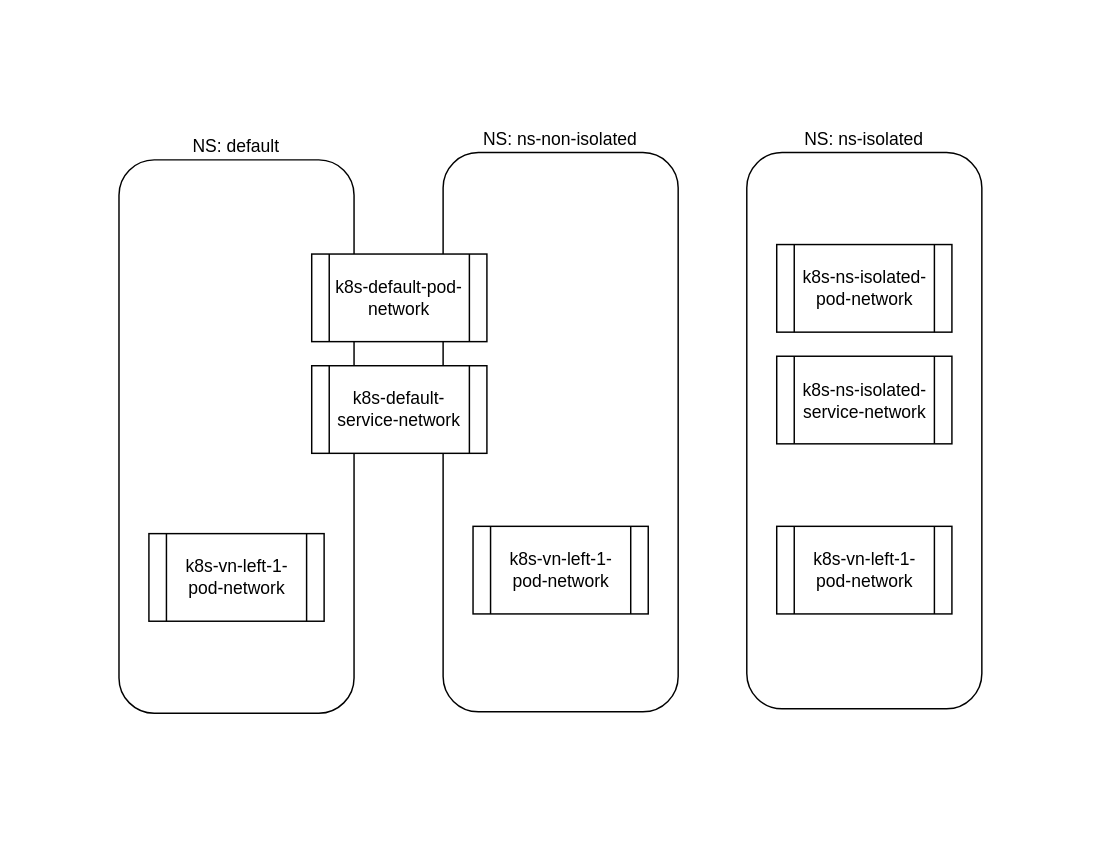
Before: diagrams/drawio/ns-isloation.drawio in pinggit/kubernetes-contrail-day-one, a draw.io diagram. Source tidied: cells renumbered, new cells numbered last; positions are measured from the earlier drawing's top-left corner, leaving out a move shared by most shapes. Both pictures are drawn from the tidied source at 146%, with x=0, y=0 at pixel (118, 152).
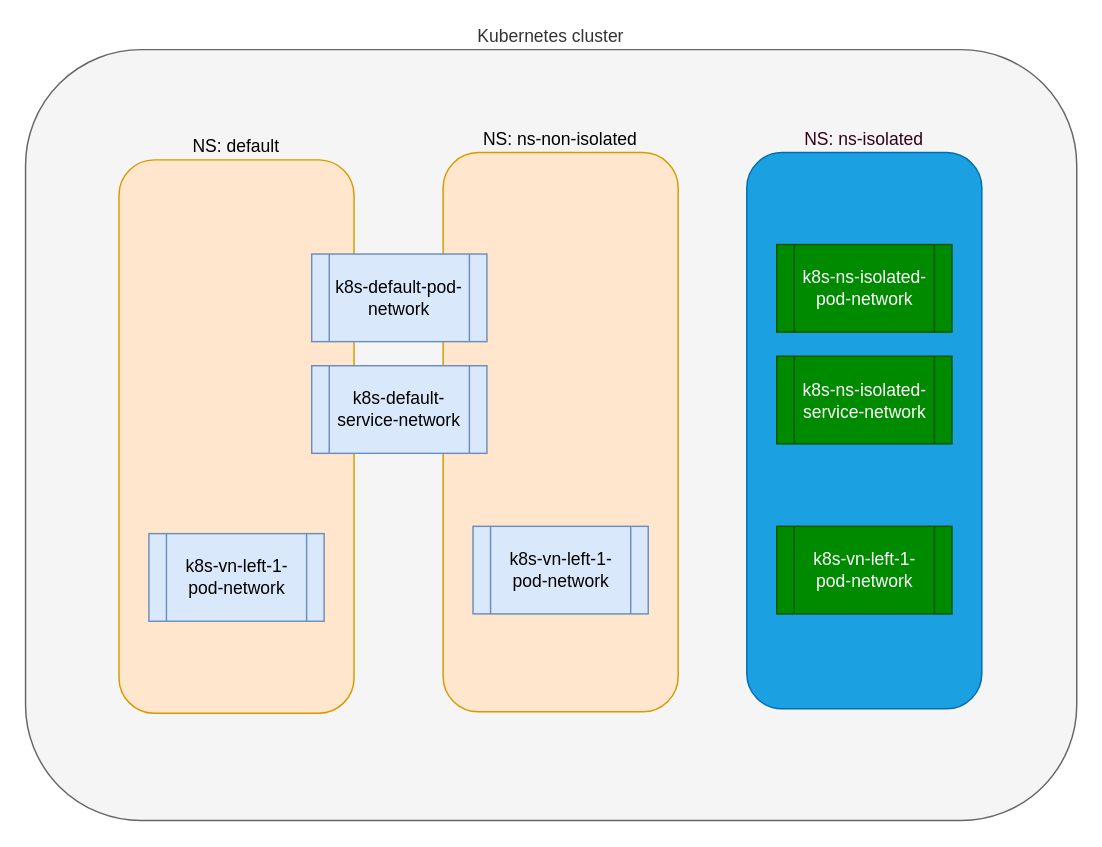
The same diagram, later.

Change to the diagram source:
```diff
@@
 <mxGraphModel>
   <root>
     <mxCell id="0" />
     <mxCell id="1" parent="0" />
+    <mxCell id="12" value="Kubernetes cluster" style="rounded=1;whiteSpace=wrap;html=1;fillColor=#f5f5f5;strokeColor=#666666;fontColor=#333333;labelPosition=center;verticalLabelPosition=top;align=center;verticalAlign=bottom;" parent="1" vertex="1">
+      <mxGeometry x="-64" y="-70.5" width="720" height="528" as="geometry" />
+    </mxCell>
-    <mxCell id="2" value="NS: default" style="rounded=1;whiteSpace=wrap;html=1;labelPosition=center;verticalLabelPosition=top;align=center;verticalAlign=bottom;" parent="1" vertex="1">
+    <mxCell id="2" value="NS: default" style="rounded=1;whiteSpace=wrap;html=1;labelPosition=center;verticalLabelPosition=top;align=center;verticalAlign=bottom;fillColor=#ffe6cc;strokeColor=#d79b00;" parent="1" vertex="1">
       <mxGeometry y="5" width="161" height="379" as="geometry" />
     </mxCell>
-    <mxCell id="3" value="k8s-vn-left-1-pod-network" style="shape=process;whiteSpace=wrap;html=1;backgroundOutline=1;" parent="1" vertex="1">
+    <mxCell id="3" value="k8s-vn-left-1-pod-network" style="shape=process;whiteSpace=wrap;html=1;backgroundOutline=1;fillColor=#dae8fc;strokeColor=#6c8ebf;" parent="1" vertex="1">
       <mxGeometry x="20.5" y="261" width="120" height="60" as="geometry" />
     </mxCell>
-    <mxCell id="4" value="NS: ns-non-isolated" style="rounded=1;whiteSpace=wrap;html=1;labelPosition=center;verticalLabelPosition=top;align=center;verticalAlign=bottom;" parent="1" vertex="1">
+    <mxCell id="4" value="NS: ns-non-isolated" style="rounded=1;whiteSpace=wrap;html=1;labelPosition=center;verticalLabelPosition=top;align=center;verticalAlign=bottom;fillColor=#ffe6cc;strokeColor=#d79b00;" parent="1" vertex="1">
       <mxGeometry x="222" width="161" height="383" as="geometry" />
     </mxCell>
-    <mxCell id="5" value="k8s-vn-left-1-pod-network" style="shape=process;whiteSpace=wrap;html=1;backgroundOutline=1;" parent="1" vertex="1">
+    <mxCell id="5" value="k8s-vn-left-1-pod-network" style="shape=process;whiteSpace=wrap;html=1;backgroundOutline=1;fillColor=#dae8fc;strokeColor=#6c8ebf;" parent="1" vertex="1">
       <mxGeometry x="242.5" y="256" width="120" height="60" as="geometry" />
     </mxCell>
-    <mxCell id="6" value="k8s-default-pod-network" style="shape=process;whiteSpace=wrap;html=1;backgroundOutline=1;" parent="1" vertex="1">
+    <mxCell id="6" value="k8s-default-pod-network" style="shape=process;whiteSpace=wrap;html=1;backgroundOutline=1;fillColor=#dae8fc;strokeColor=#6c8ebf;" parent="1" vertex="1">
       <mxGeometry x="132" y="69.5" width="120" height="60" as="geometry" />
     </mxCell>
-    <mxCell id="7" value="k8s-default-service-network" style="shape=process;whiteSpace=wrap;html=1;backgroundOutline=1;" parent="1" vertex="1">
+    <mxCell id="7" value="k8s-default-service-network" style="shape=process;whiteSpace=wrap;html=1;backgroundOutline=1;fillColor=#dae8fc;strokeColor=#6c8ebf;" parent="1" vertex="1">
       <mxGeometry x="132" y="146" width="120" height="60" as="geometry" />
     </mxCell>
-    <mxCell id="8" value="NS: ns-isolated" style="rounded=1;whiteSpace=wrap;html=1;labelPosition=center;verticalLabelPosition=top;align=center;verticalAlign=bottom;" parent="1" vertex="1">
+    <mxCell id="8" value="&lt;font color=&quot;#33001a&quot;&gt;NS: ns-isolated&lt;/font&gt;" style="rounded=1;whiteSpace=wrap;html=1;labelPosition=center;verticalLabelPosition=top;align=center;verticalAlign=bottom;fillColor=#1ba1e2;strokeColor=#006EAF;fontColor=#ffffff;" parent="1" vertex="1">
       <mxGeometry x="430" width="161" height="381" as="geometry" />
     </mxCell>
-    <mxCell id="9" value="k8s-ns-isolated-pod-network" style="shape=process;whiteSpace=wrap;html=1;backgroundOutline=1;" parent="1" vertex="1">
+    <mxCell id="9" value="k8s-ns-isolated-pod-network" style="shape=process;whiteSpace=wrap;html=1;backgroundOutline=1;fillColor=#008a00;strokeColor=#005700;fontColor=#ffffff;" parent="1" vertex="1">
       <mxGeometry x="450.5" y="63" width="120" height="60" as="geometry" />
     </mxCell>
-    <mxCell id="10" value="k8s-vn-left-1-pod-network" style="shape=process;whiteSpace=wrap;html=1;backgroundOutline=1;" parent="1" vertex="1">
+    <mxCell id="10" value="k8s-vn-left-1-pod-network" style="shape=process;whiteSpace=wrap;html=1;backgroundOutline=1;fillColor=#008a00;strokeColor=#005700;fontColor=#ffffff;" parent="1" vertex="1">
       <mxGeometry x="450.5" y="256" width="120" height="60" as="geometry" />
     </mxCell>
-    <mxCell id="11" value="k8s-ns-isolated-service-network" style="shape=process;whiteSpace=wrap;html=1;backgroundOutline=1;" parent="1" vertex="1">
+    <mxCell id="11" value="k8s-ns-isolated-service-network" style="shape=process;whiteSpace=wrap;html=1;backgroundOutline=1;fillColor=#008a00;strokeColor=#005700;fontColor=#ffffff;" parent="1" vertex="1">
       <mxGeometry x="450.5" y="139.5" width="120" height="60" as="geometry" />
     </mxCell>
   </root>
 </mxGraphModel>
```
